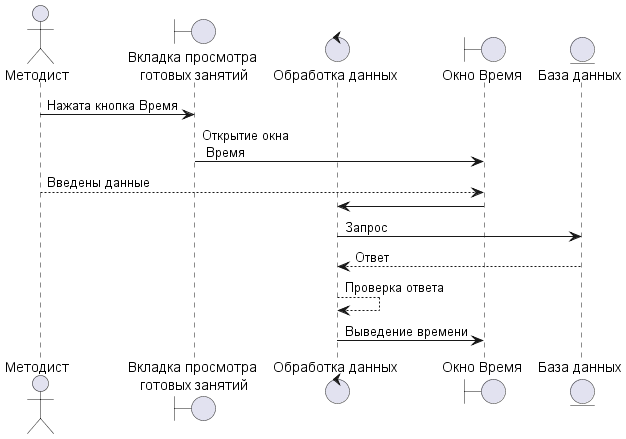
Earlier version of the PlantUML export UML/out/Posledovatelnosty/PoVivedenieVremeniMethodist/PoVivedenieVremeniMethodist.wsd.png (Undetaker45/MDKP). The source it was exported from:
```plantuml
@startuml PoVivedenieVremeniMethodist.wsd

actor "Методист" as pl

boundary "Вкладка просмотра\n готовых занятий" as bo

control "Обработка данных" as co2

boundary "Окно Время" as bo1

entity "База данных" as en1

pl -> bo: Нажата кнопка Время

bo -> bo1: Открытие окна\n Время

pl --> bo1: Введены данные

bo1 -> co2

co2 -> en1 : Запрос

en1 --> co2 : Ответ

co2 --> co2 : Проверка ответа

co2 -> bo1: Выведение времени


@enduml
```
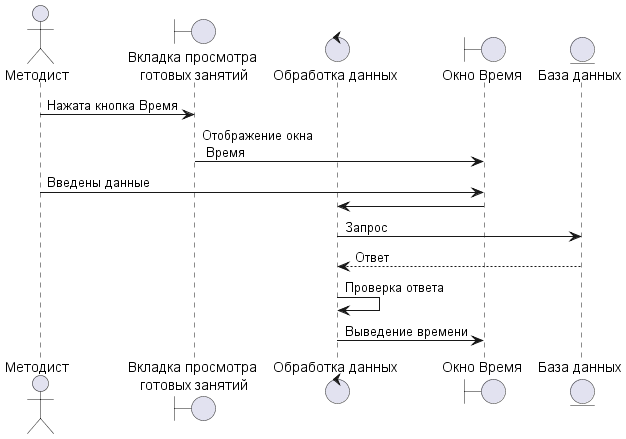
After the commit.

What changed in the source:
```diff
@@ -12,9 +12,9 @@
 
 pl -> bo: Нажата кнопка Время
 
-bo -> bo1: Открытие окна\n Время
+bo -> bo1: Отображение окна\n Время
 
-pl --> bo1: Введены данные
+pl -> bo1: Введены данные
 
 bo1 -> co2
 
@@ -22,7 +22,7 @@
 
 en1 --> co2 : Ответ
 
-co2 --> co2 : Проверка ответа
+co2 -> co2 : Проверка ответа
 
 co2 -> bo1: Выведение времени
 
```
